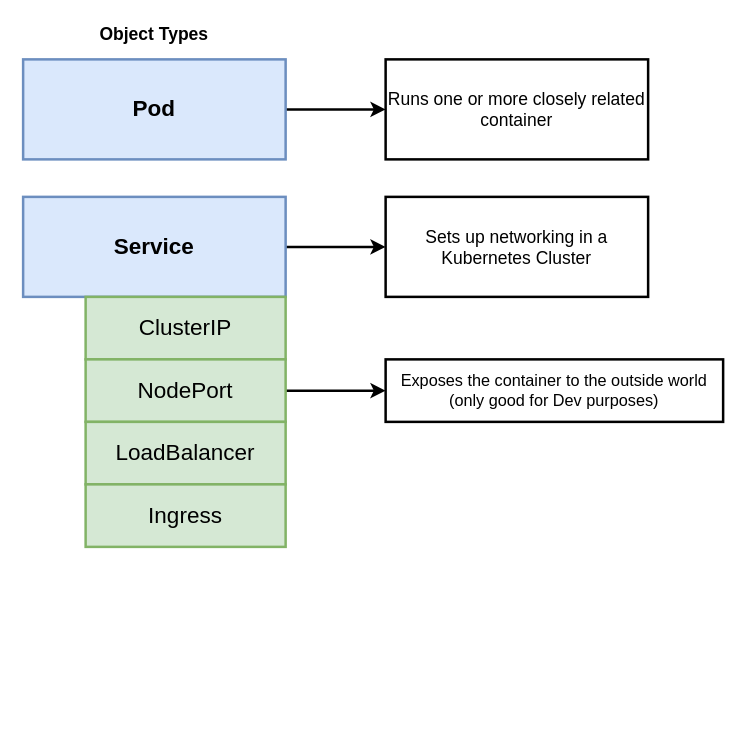
micheal08/mylearningdata keeps this draw.io diagram as page "Pods_Services" (6 of 7) of kubernetes/Kubernetes_Cluster.drawio. Above is the earlier version. Source tidied: cells renumbered, new cells numbered last; positions are measured from the earlier drawing's top-left corner, leaving out a move shared by most shapes. Both pictures are drawn from the tidied source at 125%, with x=0, y=0 at pixel (22, 21).
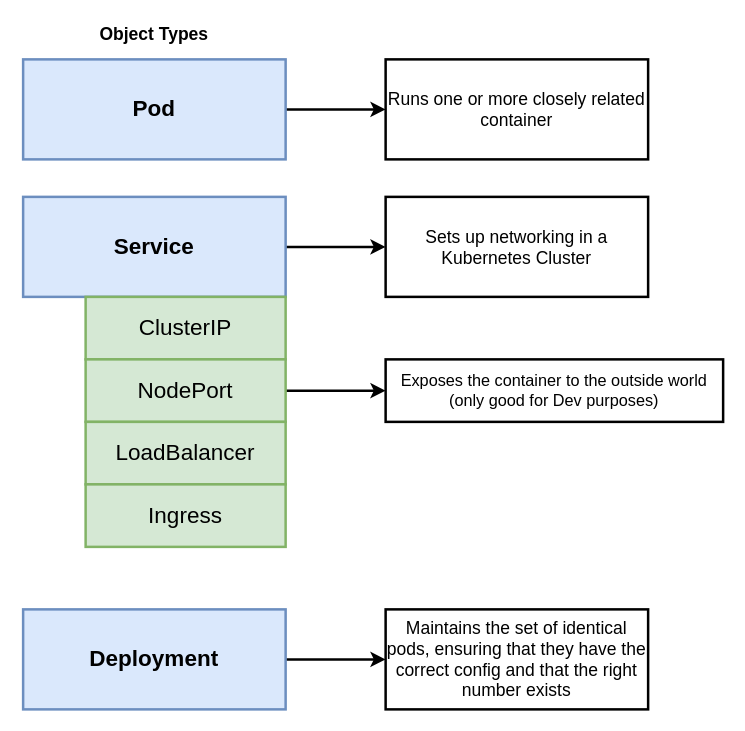
After the change.

Commit message:
Update deployment object types in object page

Diff of the diagram source:
```diff
@@
 <mxGraphModel>
   <root>
     <mxCell id="0" />
     <mxCell id="1" parent="0" />
     <mxCell id="2" style="edgeStyle=orthogonalEdgeStyle;rounded=0;jettySize=auto;html=1;strokeWidth=2;fontSize=17;" parent="1" edge="1" source="3" target="4">
       <mxGeometry relative="1" as="geometry" />
     </mxCell>
     <mxCell id="3" value="Pod" style="rounded=0;whiteSpace=wrap;html=1;strokeWidth=2;fontSize=18;align=center;fillColor=#dae8fc;strokeColor=#6c8ebf;fontStyle=1;" parent="1" vertex="1">
       <mxGeometry y="30" width="210" height="80" as="geometry" />
     </mxCell>
     <mxCell id="4" value="Runs one or more closely related container" style="rounded=0;whiteSpace=wrap;html=1;strokeWidth=2;fontSize=14;align=center;" parent="1" vertex="1">
       <mxGeometry x="290" y="30" width="210" height="80" as="geometry" />
     </mxCell>
     <mxCell id="5" style="edgeStyle=orthogonalEdgeStyle;rounded=0;jettySize=auto;html=1;strokeWidth=2;fontSize=17;" parent="1" edge="1" source="6" target="7">
       <mxGeometry relative="1" as="geometry" />
     </mxCell>
     <mxCell id="6" value="Service" style="rounded=0;whiteSpace=wrap;html=1;strokeWidth=2;fontSize=18;align=center;fillColor=#dae8fc;strokeColor=#6c8ebf;fontStyle=1;" parent="1" vertex="1">
       <mxGeometry y="140" width="210" height="80" as="geometry" />
     </mxCell>
     <mxCell id="7" value="Sets up networking in a Kubernetes Cluster" style="rounded=0;whiteSpace=wrap;html=1;strokeWidth=2;fontSize=14;align=center;" parent="1" vertex="1">
       <mxGeometry x="290" y="140" width="210" height="80" as="geometry" />
     </mxCell>
     <mxCell id="8" value="Object Types" style="text;html=1;strokeColor=none;fillColor=none;align=center;verticalAlign=middle;whiteSpace=wrap;rounded=0;fontSize=14;fontStyle=1;" parent="1" vertex="1">
       <mxGeometry x="55" width="100" height="20" as="geometry" />
     </mxCell>
     <mxCell id="9" value="ClusterIP" style="rounded=0;whiteSpace=wrap;html=1;strokeWidth=2;fontSize=18;align=center;fillColor=#d5e8d4;strokeColor=#82b366;" parent="1" vertex="1">
       <mxGeometry x="50" y="220" width="160" height="50" as="geometry" />
     </mxCell>
     <mxCell id="10" style="edgeStyle=orthogonalEdgeStyle;rounded=0;jettySize=auto;html=1;strokeWidth=2;fontSize=18;" parent="1" edge="1" source="11" target="12">
       <mxGeometry relative="1" as="geometry" />
     </mxCell>
     <mxCell id="11" value="NodePort" style="rounded=0;whiteSpace=wrap;html=1;strokeWidth=2;fontSize=18;align=center;fillColor=#d5e8d4;strokeColor=#82b366;" parent="1" vertex="1">
       <mxGeometry x="50" y="270" width="160" height="50" as="geometry" />
     </mxCell>
     <mxCell id="12" value="Exposes the container to the outside world (only good for Dev purposes)" style="rounded=0;whiteSpace=wrap;html=1;strokeWidth=2;fontSize=13;align=center;" parent="1" vertex="1">
       <mxGeometry x="290" y="270" width="270" height="50" as="geometry" />
     </mxCell>
     <mxCell id="13" value="LoadBalancer" style="rounded=0;whiteSpace=wrap;html=1;strokeWidth=2;fontSize=18;align=center;fillColor=#d5e8d4;strokeColor=#82b366;" parent="1" vertex="1">
       <mxGeometry x="50" y="320" width="160" height="50" as="geometry" />
     </mxCell>
     <mxCell id="14" value="Ingress" style="rounded=0;whiteSpace=wrap;html=1;strokeWidth=2;fontSize=18;align=center;fillColor=#d5e8d4;strokeColor=#82b366;" parent="1" vertex="1">
       <mxGeometry x="50" y="370" width="160" height="50" as="geometry" />
     </mxCell>
+    <mxCell id="15" style="edgeStyle=orthogonalEdgeStyle;rounded=0;jettySize=auto;html=1;entryX=0;entryY=0.5;entryDx=0;entryDy=0;strokeWidth=2;fontSize=18;" parent="1" edge="1" source="16" target="17">
+      <mxGeometry relative="1" as="geometry" />
+    </mxCell>
+    <mxCell id="16" value="Deployment" style="rounded=0;whiteSpace=wrap;html=1;strokeWidth=2;fontSize=18;align=center;fillColor=#dae8fc;strokeColor=#6c8ebf;fontStyle=1;" parent="1" vertex="1">
+      <mxGeometry y="470" width="210" height="80" as="geometry" />
+    </mxCell>
+    <mxCell id="17" value="Maintains the set of identical pods, ensuring that they have the correct config and that the right number exists" style="rounded=0;whiteSpace=wrap;html=1;strokeWidth=2;fontSize=14;align=center;" parent="1" vertex="1">
+      <mxGeometry x="290" y="470" width="210" height="80" as="geometry" />
+    </mxCell>
   </root>
 </mxGraphModel>
```
